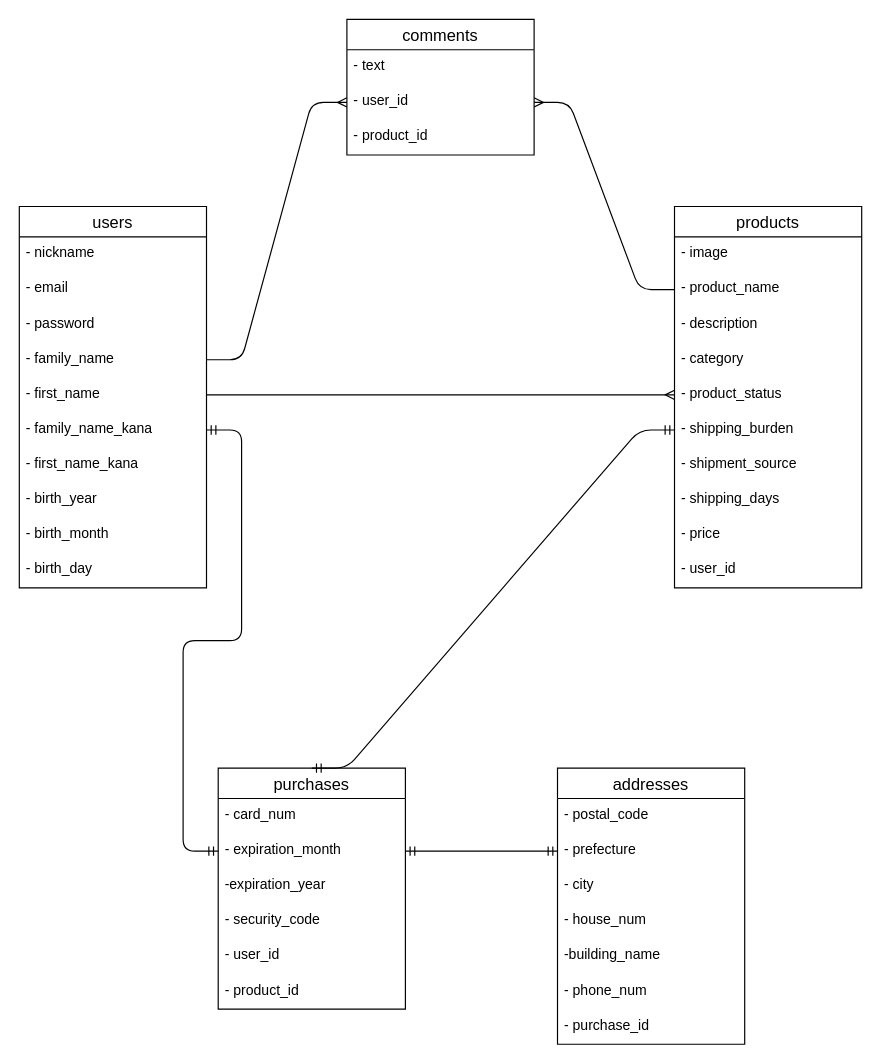
This is db.dio from mm-sugar/furima-31940, a draw.io file, before an edit. Source tidied: cells renumbered, new cells numbered last; positions are measured from the earlier drawing's top-left corner, leaving out a move shared by most shapes. Both pictures are drawn from the tidied source at 117%, with x=0, y=0 at pixel (19, 19).
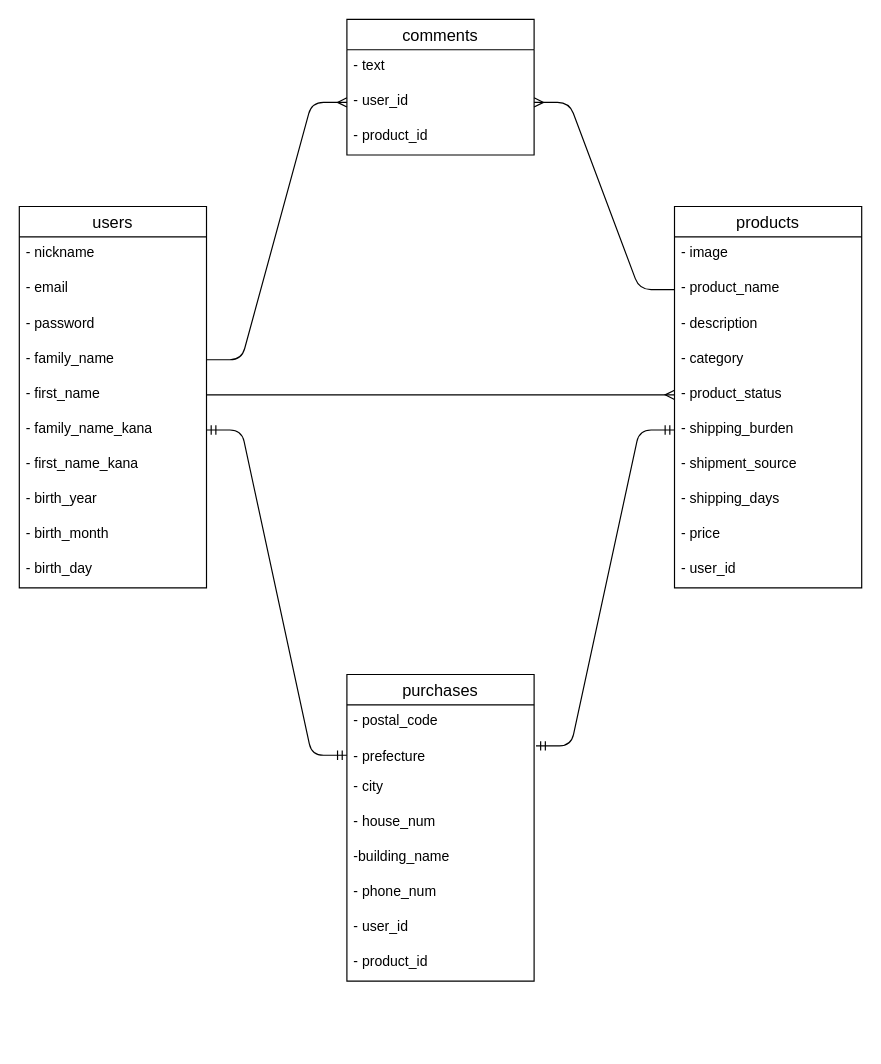
After the change.

Commit message (it also covers changes not shown here):
purchasesテーブルの修正

The change refers to these unchanged cells:
```xml
<mxCell id="8" value="- family_name_kana" style="text;strokeColor=none;fillColor=none;spacingLeft=4;spacingRight=4;overflow=hidden;points=[[0,0.5],[1,0.5]];portConstraint=eastwest;fontSize=12;" parent="2" vertex="1">
  <mxGeometry y="176" width="160" height="30" as="geometry" />
</mxCell>
<mxCell id="19" value="- shipping_burden" style="text;strokeColor=none;fillColor=none;spacingLeft=4;spacingRight=4;overflow=hidden;points=[[0,0.5],[1,0.5]];portConstraint=eastwest;fontSize=12;" parent="13" vertex="1">
  <mxGeometry y="176" width="160" height="30" as="geometry" />
</mxCell>
```

Diff of the diagram source:
```diff
@@
     <mxCell id="30" value="purchases" style="swimlane;fontStyle=0;horizontal=1;startSize=26;align=center;fontSize=14;" parent="1" vertex="1">
-      <mxGeometry x="170" y="640" width="160" height="206" as="geometry" />
+      <mxGeometry x="280" y="560" width="160" height="262" as="geometry" />
     </mxCell>
-    <mxCell id="31" value="- card_num" style="text;strokeColor=none;fillColor=none;spacingLeft=4;spacingRight=4;overflow=hidden;fontSize=12;" parent="30" vertex="1">
-      <mxGeometry y="26" width="160" height="30" as="geometry" />
-    </mxCell>
-    <mxCell id="32" value="- expiration_month" style="text;strokeColor=none;fillColor=none;spacingLeft=4;spacingRight=4;overflow=hidden;points=[[0,0.5],[1,0.5]];portConstraint=eastwest;fontSize=12;" parent="30" vertex="1">
-      <mxGeometry y="56" width="160" height="30" as="geometry" />
-    </mxCell>
-    <mxCell id="33" value="-expiration_year" style="text;strokeColor=none;fillColor=none;spacingLeft=4;spacingRight=4;overflow=hidden;fontSize=12;" parent="30" vertex="1">
-      <mxGeometry y="86" width="160" height="30" as="geometry" />
-    </mxCell>
-    <mxCell id="34" value="- security_code" style="text;strokeColor=none;fillColor=none;spacingLeft=4;spacingRight=4;overflow=hidden;fontSize=12;" parent="30" vertex="1">
-      <mxGeometry y="116" width="160" height="30" as="geometry" />
-    </mxCell>
-    <mxCell id="35" value="- user_id" style="text;strokeColor=none;fillColor=none;spacingLeft=4;spacingRight=4;overflow=hidden;fontSize=12;" parent="30" vertex="1">
-      <mxGeometry y="146" width="160" height="30" as="geometry" />
-    </mxCell>
-    <mxCell id="36" value="- product_id" style="text;strokeColor=none;fillColor=none;spacingLeft=4;spacingRight=4;overflow=hidden;fontSize=12;" parent="30" vertex="1">
-      <mxGeometry y="176" width="160" height="30" as="geometry" />
-    </mxCell>
-    <mxCell id="37" value="addresses" style="swimlane;fontStyle=0;horizontal=1;startSize=26;align=center;fontSize=14;" parent="1" vertex="1">
-      <mxGeometry x="460" y="640" width="160" height="236" as="geometry" />
-    </mxCell>
-    <mxCell id="38" value="- postal_code" style="text;strokeColor=none;fillColor=none;spacingLeft=4;spacingRight=4;overflow=hidden;fontSize=12;" parent="37" vertex="1">
+    <mxCell id="38" value="- postal_code" style="text;strokeColor=none;fillColor=none;spacingLeft=4;spacingRight=4;overflow=hidden;fontSize=12;" parent="30" vertex="1">
       <mxGeometry y="26" width="160" height="30" as="geometry" />
     </mxCell>
-    <mxCell id="39" value="- prefecture" style="text;strokeColor=none;fillColor=none;spacingLeft=4;spacingRight=4;overflow=hidden;points=[[0,0.5],[1,0.5]];portConstraint=eastwest;fontSize=12;" parent="37" vertex="1">
-      <mxGeometry y="56" width="160" height="30" as="geometry" />
+    <mxCell id="39" value="- prefecture" style="text;strokeColor=none;fillColor=none;spacingLeft=4;spacingRight=4;overflow=hidden;points=[[0,0.5],[1,0.5]];portConstraint=eastwest;fontSize=12;" parent="30" vertex="1">
+      <mxGeometry y="56" width="160" height="26" as="geometry" />
     </mxCell>
-    <mxCell id="40" value="- city" style="text;strokeColor=none;fillColor=none;spacingLeft=4;spacingRight=4;overflow=hidden;fontSize=12;" parent="37" vertex="1">
-      <mxGeometry y="86" width="160" height="30" as="geometry" />
+    <mxCell id="40" value="- city" style="text;strokeColor=none;fillColor=none;spacingLeft=4;spacingRight=4;overflow=hidden;fontSize=12;" parent="30" vertex="1">
+      <mxGeometry y="82" width="160" height="30" as="geometry" />
     </mxCell>
-    <mxCell id="41" value="- house_num" style="text;strokeColor=none;fillColor=none;spacingLeft=4;spacingRight=4;overflow=hidden;fontSize=12;" parent="37" vertex="1">
-      <mxGeometry y="116" width="160" height="30" as="geometry" />
+    <mxCell id="41" value="- house_num" style="text;strokeColor=none;fillColor=none;spacingLeft=4;spacingRight=4;overflow=hidden;fontSize=12;" parent="30" vertex="1">
+      <mxGeometry y="112" width="160" height="30" as="geometry" />
     </mxCell>
-    <mxCell id="42" value="-building_name" style="text;strokeColor=none;fillColor=none;spacingLeft=4;spacingRight=4;overflow=hidden;fontSize=12;" parent="37" vertex="1">
-      <mxGeometry y="146" width="160" height="30" as="geometry" />
+    <mxCell id="42" value="-building_name" style="text;strokeColor=none;fillColor=none;spacingLeft=4;spacingRight=4;overflow=hidden;fontSize=12;" parent="30" vertex="1">
+      <mxGeometry y="142" width="160" height="30" as="geometry" />
     </mxCell>
-    <mxCell id="43" value="- phone_num" style="text;strokeColor=none;fillColor=none;spacingLeft=4;spacingRight=4;overflow=hidden;fontSize=12;" parent="37" vertex="1">
-      <mxGeometry y="176" width="160" height="30" as="geometry" />
+    <mxCell id="43" value="- phone_num" style="text;strokeColor=none;fillColor=none;spacingLeft=4;spacingRight=4;overflow=hidden;fontSize=12;" parent="30" vertex="1">
+      <mxGeometry y="172" width="160" height="30" as="geometry" />
     </mxCell>
-    <mxCell id="44" value="- purchase_id" style="text;strokeColor=none;fillColor=none;spacingLeft=4;spacingRight=4;overflow=hidden;fontSize=12;" parent="37" vertex="1">
-      <mxGeometry y="206" width="160" height="30" as="geometry" />
-    </mxCell>
-    <mxCell id="45" style="edgeStyle=entityRelationEdgeStyle;fontSize=12;html=1;endArrow=ERmandOne;startArrow=ERmandOne;entryX=0;entryY=0.5;entryDx=0;entryDy=0;exitX=1;exitY=0.5;exitDx=0;exitDy=0;" parent="1" edge="1" source="32" target="39">
-      <mxGeometry relative="1" as="geometry" />
-    </mxCell>
+    <mxCell id="35" value="- user_id" style="text;strokeColor=none;fillColor=none;spacingLeft=4;spacingRight=4;overflow=hidden;fontSize=12;" parent="30" vertex="1">
+      <mxGeometry y="202" width="160" height="30" as="geometry" />
+    </mxCell>
+    <mxCell id="36" value="- product_id" style="text;strokeColor=none;fillColor=none;spacingLeft=4;spacingRight=4;overflow=hidden;fontSize=12;" parent="30" vertex="1">
+      <mxGeometry y="232" width="160" height="30" as="geometry" />
+    </mxCell>
@@
-    <mxCell id="47" style="edgeStyle=entityRelationEdgeStyle;fontSize=12;html=1;endArrow=ERmandOne;startArrow=ERmandOne;entryX=0;entryY=0.5;entryDx=0;entryDy=0;exitX=0.5;exitY=0;exitDx=0;exitDy=0;" parent="1" edge="1" source="30" target="19">
+    <mxCell id="47" style="edgeStyle=entityRelationEdgeStyle;fontSize=12;html=1;endArrow=ERmandOne;startArrow=ERmandOne;entryX=0;entryY=0.5;entryDx=0;entryDy=0;exitX=1.01;exitY=0.192;exitDx=0;exitDy=0;exitPerimeter=0;" parent="1" edge="1" source="39" target="19">
       <mxGeometry relative="1" as="geometry" />
     </mxCell>
-    <mxCell id="48" style="edgeStyle=entityRelationEdgeStyle;fontSize=12;html=1;endArrow=ERmandOne;startArrow=ERmandOne;entryX=1;entryY=0.5;entryDx=0;entryDy=0;exitX=0;exitY=0.5;exitDx=0;exitDy=0;" parent="1" edge="1" source="32" target="8">
+    <mxCell id="48" style="edgeStyle=entityRelationEdgeStyle;fontSize=12;html=1;endArrow=ERmandOne;startArrow=ERmandOne;entryX=1;entryY=0.5;entryDx=0;entryDy=0;exitX=0;exitY=0.5;exitDx=0;exitDy=0;" parent="1" edge="1" source="39" target="8">
       <mxGeometry relative="1" as="geometry" />
     </mxCell>
```
